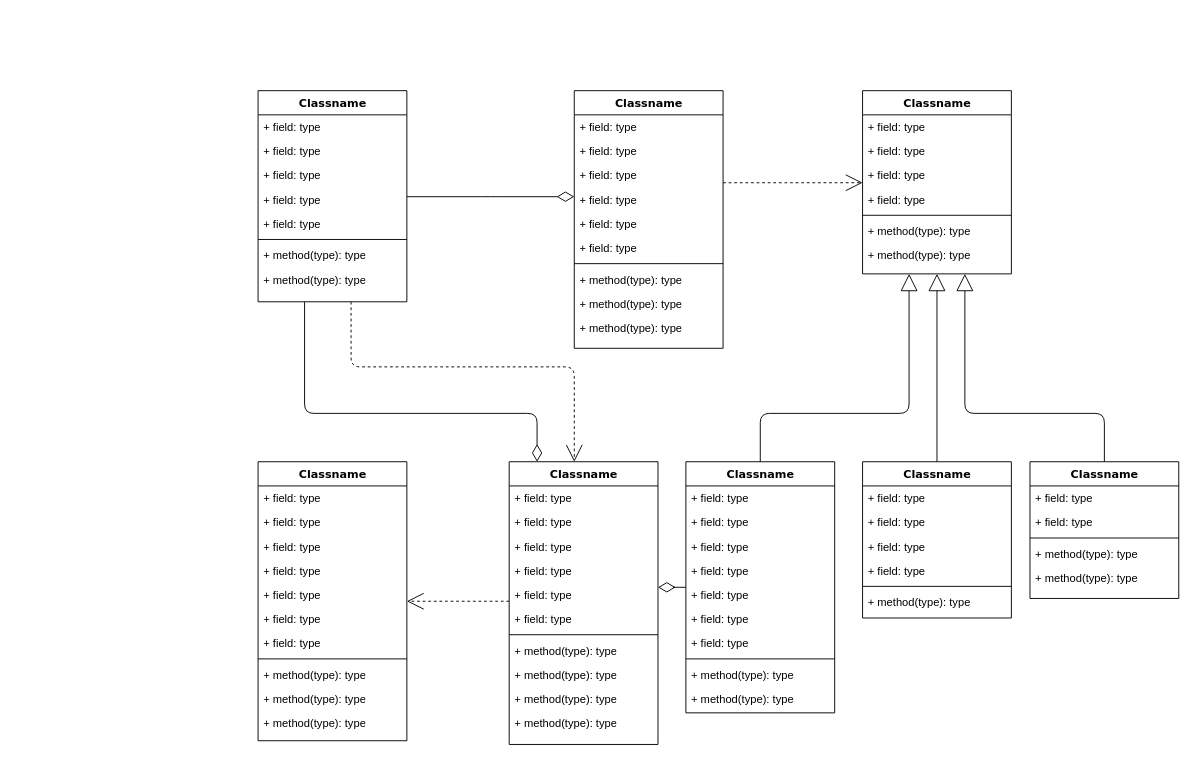
abelo003/models keeps this draw.io diagram as Tablas.drawio. Above is the earlier version. Source tidied: cells renumbered, new cells numbered last; positions are measured from the earlier drawing's top-left corner, leaving out a move shared by most shapes. Both pictures are drawn from the tidied source at 93%, with x=0, y=0 at pixel (258, 90).
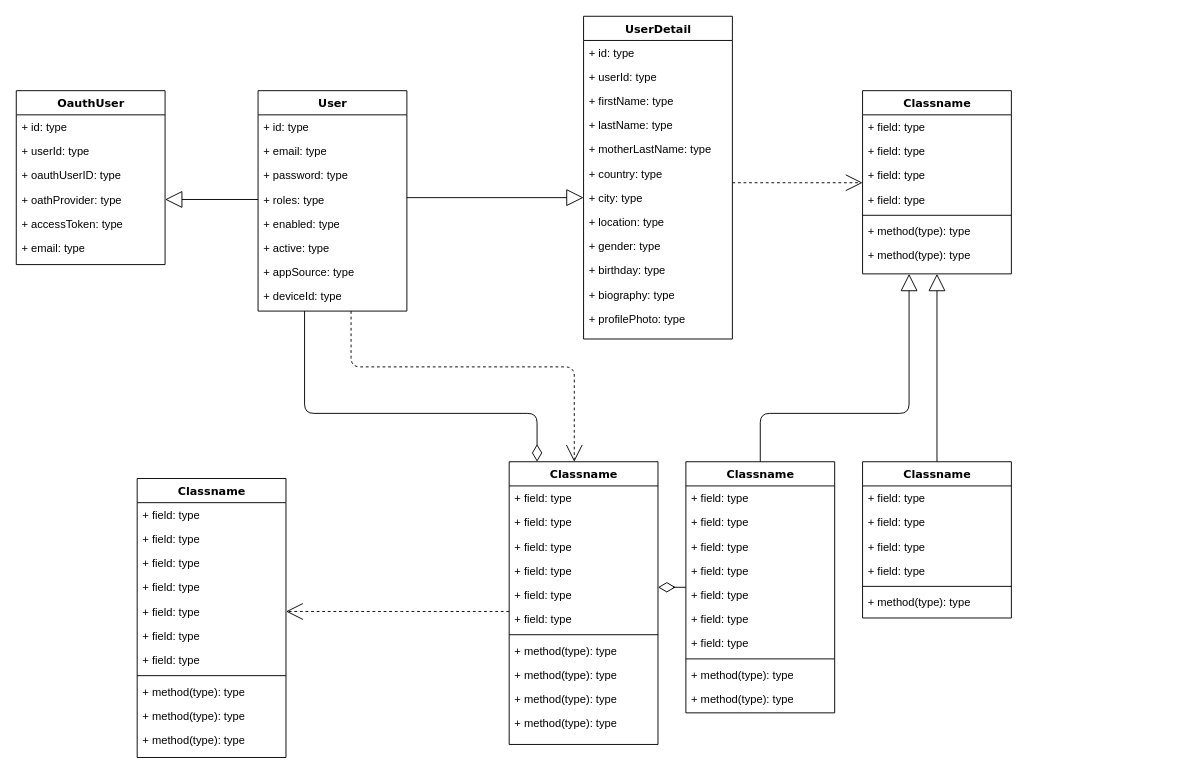
The same diagram, later.

The change refers to these unchanged cells:
```xml
<mxCell id="25" value="Classname" style="swimlane;html=1;fontStyle=1;align=center;verticalAlign=top;horizontal=1;startSize=26;swimlaneFillColor=#ffffff;rounded=0;shadow=0;comic=0;labelBackgroundColor=none;strokeWidth=1;fillColor=none;fontFamily=Verdana;fontSize=12;" parent="1" vertex="1">
  <mxGeometry x="650" width="160" height="197" as="geometry" />
</mxCell>
```

The edit, as a diff of the source:
```diff
@@
-    <mxCell id="4" value="Classname" style="swimlane;html=1;fontStyle=1;align=center;verticalAlign=top;horizontal=1;startSize=26;swimlaneFillColor=#ffffff;rounded=0;shadow=0;comic=0;labelBackgroundColor=none;strokeWidth=1;fillColor=none;fontFamily=Verdana;fontSize=12;" parent="1" vertex="1">
-      <mxGeometry width="160" height="227" as="geometry" />
+    <mxCell id="4" value="User" style="swimlane;html=1;fontStyle=1;align=center;verticalAlign=top;horizontal=1;startSize=26;swimlaneFillColor=#ffffff;rounded=0;shadow=0;comic=0;labelBackgroundColor=none;strokeWidth=1;fillColor=none;fontFamily=Verdana;fontSize=12;" parent="1" vertex="1">
+      <mxGeometry width="160" height="237" as="geometry" />
     </mxCell>
-    <mxCell id="5" value="+ field: type" style="text;html=1;strokeColor=none;fillColor=none;align=left;verticalAlign=top;spacingLeft=4;spacingRight=4;whiteSpace=wrap;overflow=hidden;" parent="4" vertex="1">
+    <mxCell id="5" value="+ id: type" style="text;html=1;strokeColor=none;fillColor=none;align=left;verticalAlign=top;spacingLeft=4;spacingRight=4;whiteSpace=wrap;overflow=hidden;" parent="4" vertex="1">
       <mxGeometry y="26" width="160" height="26" as="geometry" />
     </mxCell>
-    <mxCell id="6" value="+ field: type" style="text;html=1;strokeColor=none;fillColor=none;align=left;verticalAlign=top;spacingLeft=4;spacingRight=4;whiteSpace=wrap;overflow=hidden;" parent="4" vertex="1">
+    <mxCell id="6" value="+ email: type" style="text;html=1;strokeColor=none;fillColor=none;align=left;verticalAlign=top;spacingLeft=4;spacingRight=4;whiteSpace=wrap;overflow=hidden;" parent="4" vertex="1">
       <mxGeometry y="52" width="160" height="26" as="geometry" />
     </mxCell>
-    <mxCell id="7" value="+ field: type" style="text;html=1;strokeColor=none;fillColor=none;align=left;verticalAlign=top;spacingLeft=4;spacingRight=4;whiteSpace=wrap;overflow=hidden;" parent="4" vertex="1">
+    <mxCell id="7" value="+ password: type" style="text;html=1;strokeColor=none;fillColor=none;align=left;verticalAlign=top;spacingLeft=4;spacingRight=4;whiteSpace=wrap;overflow=hidden;" parent="4" vertex="1">
       <mxGeometry y="78" width="160" height="26" as="geometry" />
     </mxCell>
-    <mxCell id="8" value="+ field: type" style="text;html=1;strokeColor=none;fillColor=none;align=left;verticalAlign=top;spacingLeft=4;spacingRight=4;whiteSpace=wrap;overflow=hidden;points=[[0,0.5],[1,0.5]];portConstraint=eastwest;" parent="4" vertex="1">
+    <mxCell id="8" value="+ roles: type" style="text;html=1;strokeColor=none;fillColor=none;align=left;verticalAlign=top;spacingLeft=4;spacingRight=4;whiteSpace=wrap;overflow=hidden;points=[[0,0.5],[1,0.5]];portConstraint=eastwest;" parent="4" vertex="1">
       <mxGeometry y="104" width="160" height="26" as="geometry" />
     </mxCell>
-    <mxCell id="9" value="+ field: type" style="text;html=1;strokeColor=none;fillColor=none;align=left;verticalAlign=top;spacingLeft=4;spacingRight=4;whiteSpace=wrap;overflow=hidden;" parent="4" vertex="1">
+    <mxCell id="9" value="+ enabled: type" style="text;html=1;strokeColor=none;fillColor=none;align=left;verticalAlign=top;spacingLeft=4;spacingRight=4;whiteSpace=wrap;overflow=hidden;" parent="4" vertex="1">
       <mxGeometry y="130" width="160" height="26" as="geometry" />
     </mxCell>
-    <mxCell id="10" style="line;html=1;strokeWidth=1;fillColor=none;align=left;verticalAlign=middle;spacingTop=-1;spacingLeft=3;spacingRight=3;labelPosition=right;" parent="4" vertex="1">
-      <mxGeometry y="156" width="160" height="8" as="geometry" />
-    </mxCell>
-    <mxCell id="11" value="+ method(type): type" style="text;html=1;strokeColor=none;fillColor=none;align=left;verticalAlign=top;spacingLeft=4;spacingRight=4;whiteSpace=wrap;overflow=hidden;" parent="4" vertex="1">
-      <mxGeometry y="164" width="160" height="26" as="geometry" />
+    <mxCell id="11" value="+ active: type" style="text;html=1;strokeColor=none;fillColor=none;align=left;verticalAlign=top;spacingLeft=4;spacingRight=4;whiteSpace=wrap;overflow=hidden;" parent="4" vertex="1">
+      <mxGeometry y="156" width="160" height="26" as="geometry" />
     </mxCell>
-    <mxCell id="12" value="+ method(type): type" style="text;html=1;strokeColor=none;fillColor=none;align=left;verticalAlign=top;spacingLeft=4;spacingRight=4;whiteSpace=wrap;overflow=hidden;" parent="4" vertex="1">
-      <mxGeometry y="190" width="160" height="26" as="geometry" />
+    <mxCell id="12" value="+ appSource: type" style="text;html=1;strokeColor=none;fillColor=none;align=left;verticalAlign=top;spacingLeft=4;spacingRight=4;whiteSpace=wrap;overflow=hidden;" parent="4" vertex="1">
+      <mxGeometry y="182" width="160" height="26" as="geometry" />
     </mxCell>
+    <mxCell id="87" value="+ deviceId: type" style="text;html=1;strokeColor=none;fillColor=none;align=left;verticalAlign=top;spacingLeft=4;spacingRight=4;whiteSpace=wrap;overflow=hidden;" parent="4" vertex="1">
+      <mxGeometry y="208" width="160" height="26" as="geometry" />
+    </mxCell>
@@
-    <mxCell id="14" value="Classname" style="swimlane;html=1;fontStyle=1;align=center;verticalAlign=top;horizontal=1;startSize=26;swimlaneFillColor=#ffffff;rounded=0;shadow=0;comic=0;labelBackgroundColor=none;strokeWidth=1;fillColor=none;fontFamily=Verdana;fontSize=12;" parent="1" vertex="1">
-      <mxGeometry x="340" width="160" height="277" as="geometry" />
+    <mxCell id="14" value="UserDetail" style="swimlane;html=1;fontStyle=1;align=center;verticalAlign=top;horizontal=1;startSize=26;swimlaneFillColor=#ffffff;rounded=0;shadow=0;comic=0;labelBackgroundColor=none;strokeWidth=1;fillColor=none;fontFamily=Verdana;fontSize=12;" parent="1" vertex="1">
+      <mxGeometry x="350" y="-80" width="160" height="347" as="geometry" />
     </mxCell>
-    <mxCell id="15" value="+ field: type" style="text;html=1;strokeColor=none;fillColor=none;align=left;verticalAlign=top;spacingLeft=4;spacingRight=4;whiteSpace=wrap;overflow=hidden;" parent="14" vertex="1">
+    <mxCell id="15" value="+ id: type" style="text;html=1;strokeColor=none;fillColor=none;align=left;verticalAlign=top;spacingLeft=4;spacingRight=4;whiteSpace=wrap;overflow=hidden;" parent="14" vertex="1">
       <mxGeometry y="26" width="160" height="26" as="geometry" />
     </mxCell>
-    <mxCell id="16" value="+ field: type" style="text;html=1;strokeColor=none;fillColor=none;align=left;verticalAlign=top;spacingLeft=4;spacingRight=4;whiteSpace=wrap;overflow=hidden;" parent="14" vertex="1">
+    <mxCell id="16" value="+ userId: type" style="text;html=1;strokeColor=none;fillColor=none;align=left;verticalAlign=top;spacingLeft=4;spacingRight=4;whiteSpace=wrap;overflow=hidden;" parent="14" vertex="1">
       <mxGeometry y="52" width="160" height="26" as="geometry" />
     </mxCell>
-    <mxCell id="17" value="+ field: type" style="text;html=1;strokeColor=none;fillColor=none;align=left;verticalAlign=top;spacingLeft=4;spacingRight=4;whiteSpace=wrap;overflow=hidden;" parent="14" vertex="1">
+    <mxCell id="17" value="+ firstName: type" style="text;html=1;strokeColor=none;fillColor=none;align=left;verticalAlign=top;spacingLeft=4;spacingRight=4;whiteSpace=wrap;overflow=hidden;" parent="14" vertex="1">
       <mxGeometry y="78" width="160" height="26" as="geometry" />
     </mxCell>
-    <mxCell id="18" value="+ field: type" style="text;html=1;strokeColor=none;fillColor=none;align=left;verticalAlign=top;spacingLeft=4;spacingRight=4;whiteSpace=wrap;overflow=hidden;" parent="14" vertex="1">
+    <mxCell id="18" value="+ lastName: type" style="text;html=1;strokeColor=none;fillColor=none;align=left;verticalAlign=top;spacingLeft=4;spacingRight=4;whiteSpace=wrap;overflow=hidden;" parent="14" vertex="1">
       <mxGeometry y="104" width="160" height="26" as="geometry" />
     </mxCell>
-    <mxCell id="19" value="+ field: type" style="text;html=1;strokeColor=none;fillColor=none;align=left;verticalAlign=top;spacingLeft=4;spacingRight=4;whiteSpace=wrap;overflow=hidden;" parent="14" vertex="1">
+    <mxCell id="19" value="+ motherLastName: type" style="text;html=1;strokeColor=none;fillColor=none;align=left;verticalAlign=top;spacingLeft=4;spacingRight=4;whiteSpace=wrap;overflow=hidden;" parent="14" vertex="1">
       <mxGeometry y="130" width="160" height="26" as="geometry" />
     </mxCell>
-    <mxCell id="20" value="+ field: type" style="text;html=1;strokeColor=none;fillColor=none;align=left;verticalAlign=top;spacingLeft=4;spacingRight=4;whiteSpace=wrap;overflow=hidden;" parent="14" vertex="1">
+    <mxCell id="20" value="+ country: type" style="text;html=1;strokeColor=none;fillColor=none;align=left;verticalAlign=top;spacingLeft=4;spacingRight=4;whiteSpace=wrap;overflow=hidden;" parent="14" vertex="1">
       <mxGeometry y="156" width="160" height="26" as="geometry" />
     </mxCell>
-    <mxCell id="21" style="line;html=1;strokeWidth=1;fillColor=none;align=left;verticalAlign=middle;spacingTop=-1;spacingLeft=3;spacingRight=3;labelPosition=right;" parent="14" vertex="1">
-      <mxGeometry y="182" width="160" height="8" as="geometry" />
-    </mxCell>
-    <mxCell id="22" value="+ method(type): type" style="text;html=1;strokeColor=none;fillColor=none;align=left;verticalAlign=top;spacingLeft=4;spacingRight=4;whiteSpace=wrap;overflow=hidden;points=[[0,0.5],[1,0.5]];portConstraint=eastwest;" parent="14" vertex="1">
-      <mxGeometry y="190" width="160" height="26" as="geometry" />
+    <mxCell id="22" value="+ city: type" style="text;html=1;strokeColor=none;fillColor=none;align=left;verticalAlign=top;spacingLeft=4;spacingRight=4;whiteSpace=wrap;overflow=hidden;points=[[0,0.5],[1,0.5]];portConstraint=eastwest;" parent="14" vertex="1">
+      <mxGeometry y="182" width="160" height="26" as="geometry" />
     </mxCell>
-    <mxCell id="23" value="+ method(type): type" style="text;html=1;strokeColor=none;fillColor=none;align=left;verticalAlign=top;spacingLeft=4;spacingRight=4;whiteSpace=wrap;overflow=hidden;" parent="14" vertex="1">
-      <mxGeometry y="216" width="160" height="26" as="geometry" />
+    <mxCell id="23" value="+ location: type" style="text;html=1;strokeColor=none;fillColor=none;align=left;verticalAlign=top;spacingLeft=4;spacingRight=4;whiteSpace=wrap;overflow=hidden;" parent="14" vertex="1">
+      <mxGeometry y="208" width="160" height="26" as="geometry" />
     </mxCell>
-    <mxCell id="24" value="+ method(type): type" style="text;html=1;strokeColor=none;fillColor=none;align=left;verticalAlign=top;spacingLeft=4;spacingRight=4;whiteSpace=wrap;overflow=hidden;" parent="14" vertex="1">
-      <mxGeometry y="242" width="160" height="26" as="geometry" />
+    <mxCell id="24" value="+ gender: type" style="text;html=1;strokeColor=none;fillColor=none;align=left;verticalAlign=top;spacingLeft=4;spacingRight=4;whiteSpace=wrap;overflow=hidden;" parent="14" vertex="1">
+      <mxGeometry y="234" width="160" height="26" as="geometry" />
     </mxCell>
+    <mxCell id="88" value="+ birthday: type" style="text;html=1;strokeColor=none;fillColor=none;align=left;verticalAlign=top;spacingLeft=4;spacingRight=4;whiteSpace=wrap;overflow=hidden;" parent="14" vertex="1">
+      <mxGeometry y="260" width="160" height="26" as="geometry" />
+    </mxCell>
+    <mxCell id="89" value="+ biography: type" style="text;html=1;strokeColor=none;fillColor=none;align=left;verticalAlign=top;spacingLeft=4;spacingRight=4;whiteSpace=wrap;overflow=hidden;" parent="14" vertex="1">
+      <mxGeometry y="286" width="160" height="26" as="geometry" />
+    </mxCell>
+    <mxCell id="90" value="+ profilePhoto: type" style="text;html=1;strokeColor=none;fillColor=none;align=left;verticalAlign=top;spacingLeft=4;spacingRight=4;whiteSpace=wrap;overflow=hidden;" parent="14" vertex="1">
+      <mxGeometry y="312" width="160" height="26" as="geometry" />
+    </mxCell>
@@
     <mxCell id="34" value="Classname" style="swimlane;html=1;fontStyle=1;align=center;verticalAlign=top;horizontal=1;startSize=26;swimlaneFillColor=#ffffff;rounded=0;shadow=0;comic=0;labelBackgroundColor=none;strokeWidth=1;fillColor=none;fontFamily=Verdana;fontSize=12;" parent="1" vertex="1">
-      <mxGeometry y="399" width="160" height="300" as="geometry" />
+      <mxGeometry x="-130" y="417" width="160" height="300" as="geometry" />
     </mxCell>
@@
-    <mxCell id="79" style="edgeStyle=orthogonalEdgeStyle;html=1;labelBackgroundColor=none;startFill=0;startSize=8;endArrow=block;endFill=0;endSize=16;fontFamily=Verdana;fontSize=12;" parent="1" edge="1" source="80" target="25">
+    <mxCell id="79" style="html=1;labelBackgroundColor=none;startFill=0;startSize=8;endArrow=block;endFill=0;endSize=16;fontFamily=Verdana;fontSize=12;rounded=0;" parent="1" edge="1" target="22">
       <mxGeometry relative="1" as="geometry">
-        <Array as="points">
-          <mxPoint x="910" y="347" />
-          <mxPoint x="760" y="347" />
-        </Array>
+        <mxPoint x="160" y="115" as="sourcePoint" />
       </mxGeometry>
     </mxCell>
-    <mxCell id="80" value="Classname" style="swimlane;html=1;fontStyle=1;align=center;verticalAlign=top;horizontal=1;startSize=26;swimlaneFillColor=#ffffff;rounded=0;shadow=0;comic=0;labelBackgroundColor=none;strokeWidth=1;fillColor=none;fontFamily=Verdana;fontSize=12;" parent="1" vertex="1">
-      <mxGeometry x="830" y="399" width="160" height="147" as="geometry" />
+    <mxCell id="80" value="OauthUser" style="swimlane;html=1;fontStyle=1;align=center;verticalAlign=top;horizontal=1;startSize=26;swimlaneFillColor=#ffffff;rounded=0;shadow=0;comic=0;labelBackgroundColor=none;strokeWidth=1;fillColor=none;fontFamily=Verdana;fontSize=12;" parent="1" vertex="1">
+      <mxGeometry x="-260" width="160" height="187" as="geometry" />
     </mxCell>
-    <mxCell id="81" value="+ field: type" style="text;html=1;strokeColor=none;fillColor=none;align=left;verticalAlign=top;spacingLeft=4;spacingRight=4;whiteSpace=wrap;overflow=hidden;" parent="80" vertex="1">
+    <mxCell id="81" value="+ id: type" style="text;html=1;strokeColor=none;fillColor=none;align=left;verticalAlign=top;spacingLeft=4;spacingRight=4;whiteSpace=wrap;overflow=hidden;" parent="80" vertex="1">
       <mxGeometry y="26" width="160" height="26" as="geometry" />
     </mxCell>
+    <mxCell id="91" value="+ userId: type" style="text;html=1;strokeColor=none;fillColor=none;align=left;verticalAlign=top;spacingLeft=4;spacingRight=4;whiteSpace=wrap;overflow=hidden;" parent="80" vertex="1">
+      <mxGeometry y="52" width="160" height="26" as="geometry" />
+    </mxCell>
-    <mxCell id="82" value="+ field: type" style="text;html=1;strokeColor=none;fillColor=none;align=left;verticalAlign=top;spacingLeft=4;spacingRight=4;whiteSpace=wrap;overflow=hidden;" parent="80" vertex="1">
-      <mxGeometry y="52" width="160" height="26" as="geometry" />
+    <mxCell id="82" value="+ oauthUserID: type" style="text;html=1;strokeColor=none;fillColor=none;align=left;verticalAlign=top;spacingLeft=4;spacingRight=4;whiteSpace=wrap;overflow=hidden;" parent="80" vertex="1">
+      <mxGeometry y="78" width="160" height="26" as="geometry" />
     </mxCell>
-    <mxCell id="83" style="line;html=1;strokeWidth=1;fillColor=none;align=left;verticalAlign=middle;spacingTop=-1;spacingLeft=3;spacingRight=3;labelPosition=right;" parent="80" vertex="1">
-      <mxGeometry y="78" width="160" height="8" as="geometry" />
-    </mxCell>
-    <mxCell id="84" value="+ method(type): type" style="text;html=1;strokeColor=none;fillColor=none;align=left;verticalAlign=top;spacingLeft=4;spacingRight=4;whiteSpace=wrap;overflow=hidden;points=[[0,0.5],[1,0.5]];portConstraint=eastwest;" parent="80" vertex="1">
-      <mxGeometry y="86" width="160" height="26" as="geometry" />
+    <mxCell id="84" value="+ oathProvider: type" style="text;html=1;strokeColor=none;fillColor=none;align=left;verticalAlign=top;spacingLeft=4;spacingRight=4;whiteSpace=wrap;overflow=hidden;points=[[0,0.5],[1,0.5]];portConstraint=eastwest;" parent="80" vertex="1">
+      <mxGeometry y="104" width="160" height="26" as="geometry" />
     </mxCell>
-    <mxCell id="85" value="+ method(type): type" style="text;html=1;strokeColor=none;fillColor=none;align=left;verticalAlign=top;spacingLeft=4;spacingRight=4;whiteSpace=wrap;overflow=hidden;" parent="80" vertex="1">
-      <mxGeometry y="112" width="160" height="26" as="geometry" />
+    <mxCell id="85" value="+ accessToken: type" style="text;html=1;strokeColor=none;fillColor=none;align=left;verticalAlign=top;spacingLeft=4;spacingRight=4;whiteSpace=wrap;overflow=hidden;" parent="80" vertex="1">
+      <mxGeometry y="130" width="160" height="26" as="geometry" />
     </mxCell>
-    <mxCell id="86" style="edgeStyle=elbowEdgeStyle;html=1;labelBackgroundColor=none;startFill=0;startSize=8;endArrow=diamondThin;endFill=0;endSize=16;fontFamily=Verdana;fontSize=12;elbow=vertical;" parent="1" edge="1" source="4" target="14">
-      <mxGeometry relative="1" as="geometry" />
-    </mxCell>
+    <mxCell id="92" value="+ email: type" style="text;html=1;strokeColor=none;fillColor=none;align=left;verticalAlign=top;spacingLeft=4;spacingRight=4;whiteSpace=wrap;overflow=hidden;" parent="80" vertex="1">
+      <mxGeometry y="156" width="160" height="26" as="geometry" />
+    </mxCell>
+    <mxCell id="93" style="html=1;labelBackgroundColor=none;startFill=0;startSize=8;endArrow=block;endFill=0;endSize=16;fontFamily=Verdana;fontSize=12;rounded=0;" parent="1" edge="1" source="8" target="84">
+      <mxGeometry relative="1" as="geometry" />
+    </mxCell>
```
